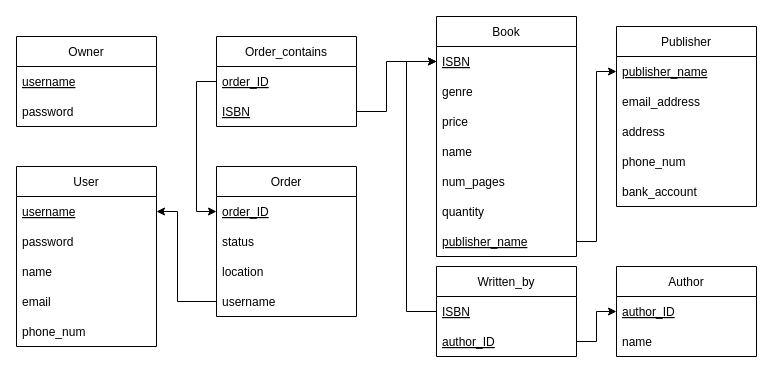
Dylanhism/BookStore keeps this draw.io diagram as BookStoreRelationSchema.drawio. Above is the earlier version. Source tidied: cells renumbered, new cells numbered last; positions are measured from the earlier drawing's top-left corner, leaving out a move shared by most shapes. Both pictures are drawn from the tidied source at 100%, with x=0, y=0 at pixel (16, 16).
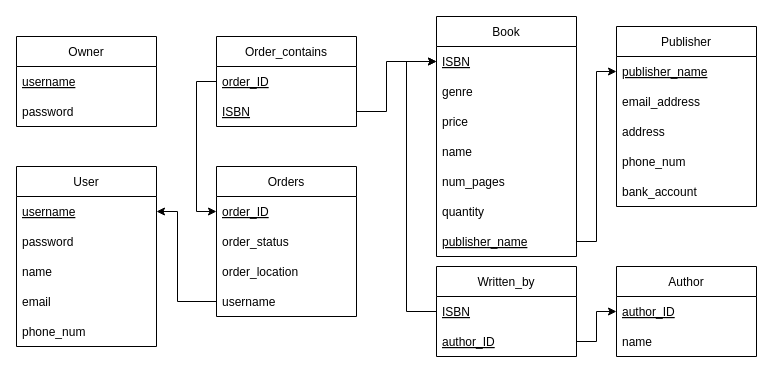
Above is the later version.

Change to the diagram source:
```diff
@@
-    <mxCell id="34" value="Order" style="swimlane;fontStyle=0;horizontal=1;startSize=30;" parent="1" vertex="1">
+    <mxCell id="34" value="Orders" style="swimlane;fontStyle=0;horizontal=1;startSize=30;" parent="1" vertex="1">
       <mxGeometry x="200" y="150" width="140" height="150" as="geometry" />
     </mxCell>
@@
-    <mxCell id="36" value="status" style="text;strokeColor=none;fillColor=none;align=left;verticalAlign=middle;spacingLeft=4;spacingRight=4;overflow=hidden;fontStyle=0;" parent="34" vertex="1">
+    <mxCell id="36" value="order_status" style="text;strokeColor=none;fillColor=none;align=left;verticalAlign=middle;spacingLeft=4;spacingRight=4;overflow=hidden;fontStyle=0;" parent="34" vertex="1">
       <mxGeometry y="60" width="140" height="30" as="geometry" />
     </mxCell>
-    <mxCell id="37" value="location" style="text;strokeColor=none;fillColor=none;align=left;verticalAlign=middle;spacingLeft=4;spacingRight=4;overflow=hidden;fontStyle=0;" parent="34" vertex="1">
+    <mxCell id="37" value="order_location" style="text;strokeColor=none;fillColor=none;align=left;verticalAlign=middle;spacingLeft=4;spacingRight=4;overflow=hidden;fontStyle=0;" parent="34" vertex="1">
       <mxGeometry y="90" width="140" height="30" as="geometry" />
     </mxCell>
```
